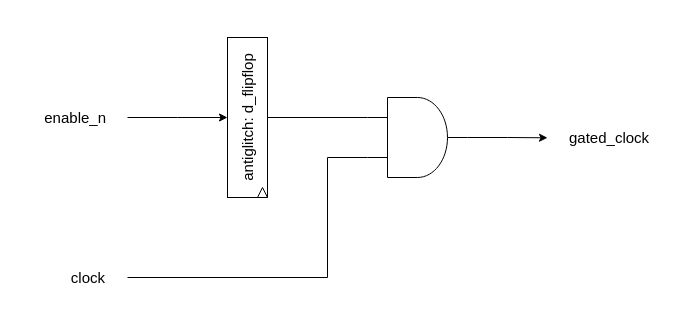
The draw.io diagram page "clk_gater" (8 of 9) of hyperram_system/ip/avs_to_hram_converter/schematics/avs_to_hram_converter.drawio in AndreaBononi/Intel_Cyclone10LP_systems, before the edit. Source tidied: cells renumbered, new cells numbered last; positions are measured from the earlier drawing's top-left corner, leaving out a move shared by most shapes. Both pictures are drawn from the tidied source at 100%, with x=0, y=0 at pixel (17, 37).
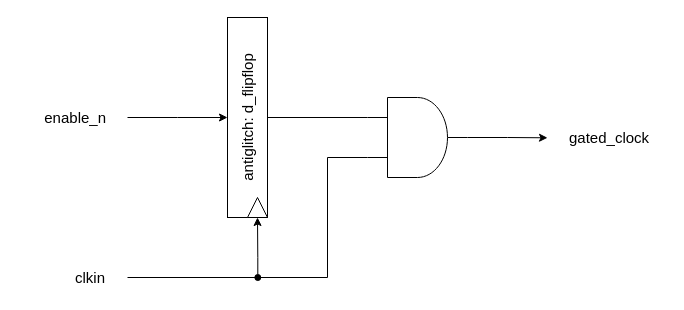
After the change.

Diff of the diagram source:
```diff
@@
 <mxGraphModel>
   <root>
     <mxCell id="0" />
     <mxCell id="1" parent="0" />
     <mxCell id="2" value="gated_clock" style="text;html=1;align=left;verticalAlign=middle;strokeColor=none;fillColor=none;fontSize=15;" parent="1" vertex="1">
       <mxGeometry x="550" y="85" width="100" height="30" as="geometry" />
     </mxCell>
     <mxCell id="3" value="enable_n" style="text;html=1;align=right;verticalAlign=middle;strokeColor=none;fillColor=none;fontSize=15;" parent="1" vertex="1">
       <mxGeometry y="65" width="90" height="30" as="geometry" />
     </mxCell>
     <mxCell id="4" style="edgeStyle=orthogonalEdgeStyle;rounded=0;jettySize=auto;html=1;exitX=0.5;exitY=1;exitDx=0;exitDy=0;entryX=0.5;entryY=1;entryDx=0;entryDy=0;" parent="1" edge="1" target="5">
       <mxGeometry relative="1" as="geometry">
         <mxPoint x="110" y="80" as="sourcePoint" />
         <Array as="points">
           <mxPoint x="160" y="80" />
           <mxPoint x="160" y="80" />
         </Array>
       </mxGeometry>
     </mxCell>
     <mxCell id="5" value="antiglitch: d_flipflop" style="rounded=0;whiteSpace=wrap;html=1;direction=south;horizontal=0;fontSize=15;" parent="1" vertex="1">
-      <mxGeometry x="210" width="40" height="160" as="geometry" />
+      <mxGeometry x="210" y="-20" width="40" height="200" as="geometry" />
     </mxCell>
+    <mxCell id="12" style="edgeStyle=orthogonalEdgeStyle;rounded=0;jettySize=auto;html=1;exitX=0;exitY=0.5;exitDx=0;exitDy=0;entryX=0;entryY=0.5;entryDx=0;entryDy=0;startArrow=oval;startFill=1;" parent="1" edge="1" target="6">
+      <mxGeometry relative="1" as="geometry">
+        <mxPoint x="240.3" y="240" as="sourcePoint" />
+        <Array as="points">
+          <mxPoint x="240" y="220" />
+        </Array>
+      </mxGeometry>
+    </mxCell>
     <mxCell id="6" style="triangle;whiteSpace=wrap;html=1;direction=north;fontSize=15;" parent="1" vertex="1">
-      <mxGeometry x="240" y="150" width="10" height="10" as="geometry" />
+      <mxGeometry x="230" y="160" width="20" height="20" as="geometry" />
     </mxCell>
     <mxCell id="7" style="edgeStyle=orthogonalEdgeStyle;rounded=0;jettySize=auto;html=1;exitX=0;exitY=0.25;exitDx=0;exitDy=0;exitPerimeter=0;entryX=0.5;entryY=0;entryDx=0;entryDy=0;endArrow=none;endFill=0;" parent="1" edge="1" source="10" target="5">
       <mxGeometry relative="1" as="geometry" />
     </mxCell>
     <mxCell id="8" style="edgeStyle=orthogonalEdgeStyle;rounded=0;jettySize=auto;html=1;exitX=1;exitY=0.5;exitDx=0;exitDy=0;exitPerimeter=0;" parent="1" edge="1" source="10">
       <mxGeometry relative="1" as="geometry">
         <mxPoint x="530" y="100.3" as="targetPoint" />
       </mxGeometry>
     </mxCell>
     <mxCell id="9" style="edgeStyle=orthogonalEdgeStyle;rounded=0;jettySize=auto;html=1;exitX=0;exitY=0.75;exitDx=0;exitDy=0;exitPerimeter=0;entryX=0;entryY=0.75;entryDx=0;entryDy=0;entryPerimeter=0;endArrow=none;endFill=0;" parent="1" edge="1" target="10">
       <mxGeometry relative="1" as="geometry">
         <mxPoint x="110" y="240" as="sourcePoint" />
         <Array as="points">
           <mxPoint x="310" y="240" />
           <mxPoint x="310" y="120" />
         </Array>
       </mxGeometry>
     </mxCell>
     <mxCell id="10" style="verticalLabelPosition=bottom;shadow=0;dashed=0;align=center;html=1;verticalAlign=top;shape=mxgraph.electrical.logic_gates.logic_gate;operation=and;" parent="1" vertex="1">
       <mxGeometry x="350" y="60" width="100" height="80" as="geometry" />
     </mxCell>
-    <mxCell id="11" value="clock" style="text;html=1;align=right;verticalAlign=middle;strokeColor=none;fillColor=none;fontSize=15;" parent="1" vertex="1">
-      <mxGeometry x="29" y="225" width="60" height="30" as="geometry" />
+    <mxCell id="11" value="clkin" style="text;html=1;align=right;verticalAlign=middle;strokeColor=none;fillColor=none;fontSize=15;" parent="1" vertex="1">
+      <mxGeometry x="39" y="225" width="50" height="30" as="geometry" />
     </mxCell>
   </root>
 </mxGraphModel>
```
